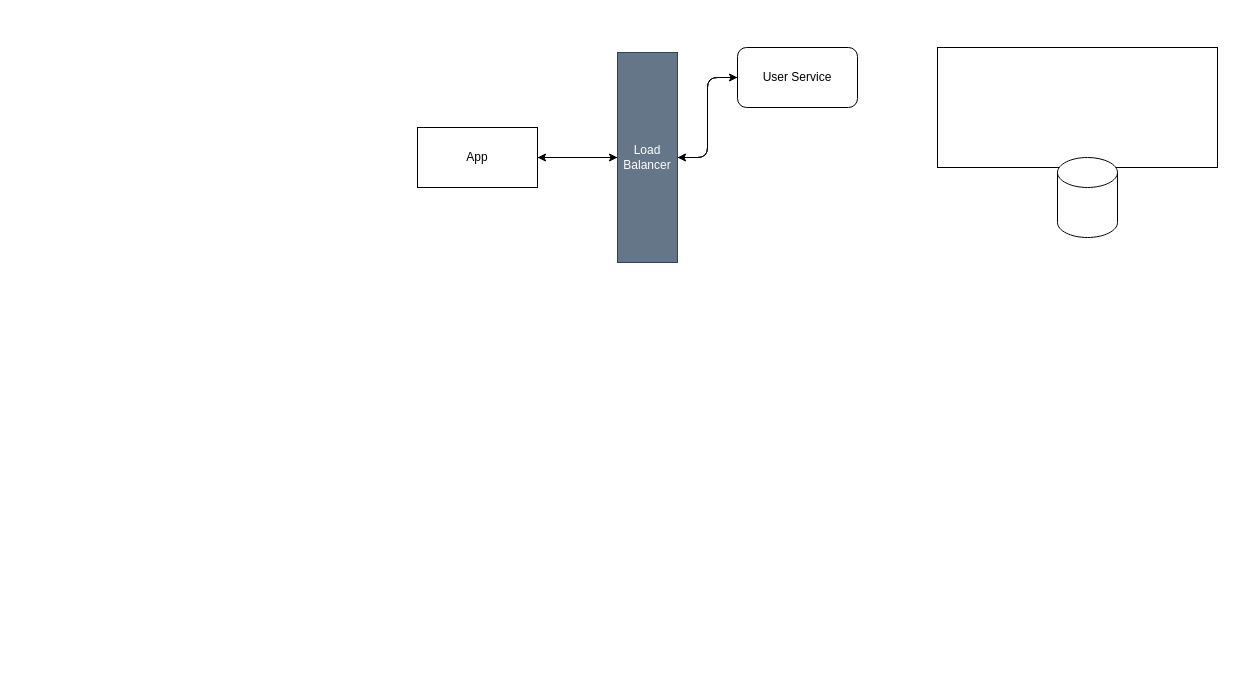
Earlier version of the draw.io diagram TikTok System Design.drawio (purnendukar/MySystemDesigns). Source tidied: cells renumbered, new cells numbered last; positions are measured from the earlier drawing's top-left corner, leaving out a move shared by most shapes. Both pictures are drawn from the tidied source at 100%, with x=0, y=0 at pixel (417, 47).
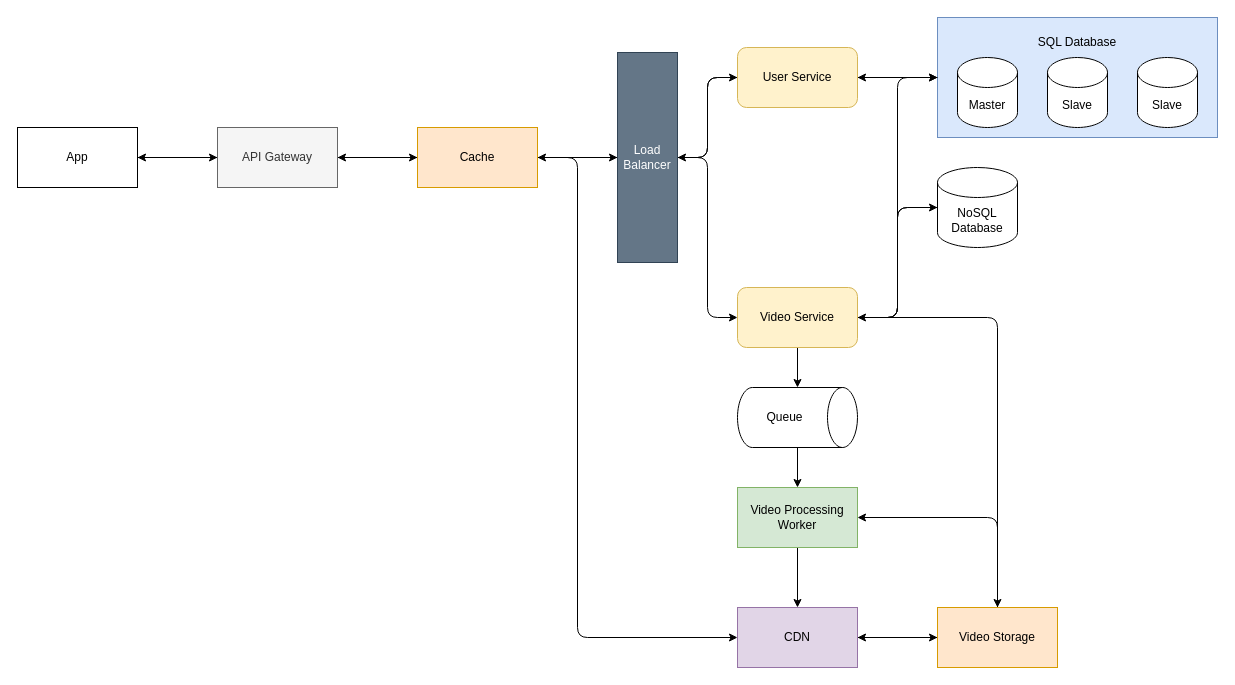
Above is the later version.

Unchanged cells that the change refers to:
```xml
<mxCell id="6" value="Load&lt;br&gt;Balancer" style="rounded=0;whiteSpace=wrap;html=1;fillColor=#647687;strokeColor=#314354;fontColor=#ffffff;" parent="1" vertex="1">
  <mxGeometry x="200" y="5" width="60" height="210" as="geometry" />
</mxCell>
```

Change to the diagram source:
```diff
@@
-    <mxCell id="2" style="edgeStyle=orthogonalEdgeStyle;rounded=1;jettySize=auto;html=1;" parent="1" edge="1" source="3" target="6">
-      <mxGeometry relative="1" as="geometry" />
-    </mxCell>
+    <mxCell id="11" style="edgeStyle=orthogonalEdgeStyle;rounded=1;jettySize=auto;html=1;" parent="1" edge="1" source="3" target="36">
+      <mxGeometry relative="1" as="geometry" />
+    </mxCell>
+    <mxCell id="12" style="edgeStyle=orthogonalEdgeStyle;rounded=1;jettySize=auto;html=1;" parent="1" edge="1" source="3" target="38">
+      <mxGeometry relative="1" as="geometry" />
+    </mxCell>
-    <mxCell id="3" value="App" style="rounded=0;whiteSpace=wrap;html=1;" parent="1" vertex="1">
-      <mxGeometry y="80" width="120" height="60" as="geometry" />
+    <mxCell id="3" value="API Gateway" style="rounded=0;whiteSpace=wrap;html=1;fillColor=#f5f5f5;fontColor=#333333;strokeColor=#666666;" parent="1" vertex="1">
+      <mxGeometry x="-200" y="80" width="120" height="60" as="geometry" />
     </mxCell>
@@
-    <mxCell id="5" style="edgeStyle=orthogonalEdgeStyle;rounded=1;jettySize=auto;html=1;" parent="1" edge="1" source="6" target="3">
-      <mxGeometry relative="1" as="geometry" />
-    </mxCell>
+    <mxCell id="13" style="edgeStyle=orthogonalEdgeStyle;rounded=1;jettySize=auto;html=1;entryX=0;entryY=0.5;entryDx=0;entryDy=0;" parent="1" edge="1" source="6" target="25">
+      <mxGeometry relative="1" as="geometry" />
+    </mxCell>
+    <mxCell id="14" style="edgeStyle=orthogonalEdgeStyle;rounded=1;jettySize=auto;html=1;" parent="1" edge="1" source="6" target="36">
+      <mxGeometry relative="1" as="geometry" />
+    </mxCell>
@@
+    <mxCell id="15" style="edgeStyle=orthogonalEdgeStyle;rounded=1;jettySize=auto;html=1;entryX=0;entryY=0.5;entryDx=0;entryDy=0;" parent="1" edge="1" source="8" target="9">
+      <mxGeometry relative="1" as="geometry" />
+    </mxCell>
-    <mxCell id="8" value="User Service" style="rounded=1;whiteSpace=wrap;html=1;" parent="1" vertex="1">
+    <mxCell id="8" value="User Service" style="rounded=1;whiteSpace=wrap;html=1;fillColor=#fff2cc;strokeColor=#d6b656;" parent="1" vertex="1">
       <mxGeometry x="320" width="120" height="60" as="geometry" />
     </mxCell>
+    <mxCell id="16" style="group;" parent="1" vertex="1">
+      <mxGeometry x="520" y="-30" width="280" height="120" as="geometry" />
+    </mxCell>
-    <mxCell id="9" style="rounded=0;whiteSpace=wrap;html=1;" parent="1" vertex="1">
-      <mxGeometry x="520" width="280" height="120" as="geometry" />
+    <mxCell id="9" style="rounded=0;whiteSpace=wrap;html=1;fillColor=#dae8fc;strokeColor=#6c8ebf;" parent="16" vertex="1">
+      <mxGeometry width="280" height="120" as="geometry" />
     </mxCell>
-    <mxCell id="10" style="shape=cylinder3;whiteSpace=wrap;html=1;boundedLbl=1;backgroundOutline=1;size=15;" parent="1" vertex="1">
-      <mxGeometry x="640" y="110" width="60" height="80" as="geometry" />
+    <mxCell id="10" value="Master" style="shape=cylinder3;whiteSpace=wrap;html=1;boundedLbl=1;backgroundOutline=1;size=15;" parent="16" vertex="1">
+      <mxGeometry x="20" y="40" width="60" height="70" as="geometry" />
     </mxCell>
+    <mxCell id="17" value="Slave" style="shape=cylinder3;whiteSpace=wrap;html=1;boundedLbl=1;backgroundOutline=1;size=15;" parent="16" vertex="1">
+      <mxGeometry x="110" y="40" width="60" height="70" as="geometry" />
+    </mxCell>
+    <mxCell id="18" value="Slave" style="shape=cylinder3;whiteSpace=wrap;html=1;boundedLbl=1;backgroundOutline=1;size=15;" parent="16" vertex="1">
+      <mxGeometry x="200" y="40" width="60" height="70" as="geometry" />
+    </mxCell>
+    <mxCell id="19" value="SQL Database" style="text;html=1;strokeColor=none;fillColor=none;align=center;verticalAlign=middle;whiteSpace=wrap;rounded=0;" parent="16" vertex="1">
+      <mxGeometry x="65" y="10" width="150" height="30" as="geometry" />
+    </mxCell>
+    <mxCell id="20" style="edgeStyle=orthogonalEdgeStyle;rounded=1;jettySize=auto;html=1;" parent="1" edge="1" source="9" target="8">
+      <mxGeometry relative="1" as="geometry" />
+    </mxCell>
+    <mxCell id="21" style="edgeStyle=orthogonalEdgeStyle;rounded=1;jettySize=auto;html=1;entryX=0;entryY=0.5;entryDx=0;entryDy=0;entryPerimeter=0;" parent="1" edge="1" source="25" target="27">
+      <mxGeometry relative="1" as="geometry" />
+    </mxCell>
+    <mxCell id="22" style="edgeStyle=orthogonalEdgeStyle;rounded=1;jettySize=auto;html=1;entryX=0;entryY=0.5;entryDx=0;entryDy=0;" parent="1" edge="1" source="25" target="9">
+      <mxGeometry relative="1" as="geometry" />
+    </mxCell>
+    <mxCell id="23" style="edgeStyle=orthogonalEdgeStyle;rounded=1;jettySize=auto;html=1;" parent="1" edge="1" source="25" target="32">
+      <mxGeometry relative="1" as="geometry" />
+    </mxCell>
+    <mxCell id="24" style="edgeStyle=orthogonalEdgeStyle;rounded=1;jettySize=auto;html=1;entryX=0;entryY=0.5;entryDx=0;entryDy=0;entryPerimeter=0;" parent="1" edge="1" source="25" target="40">
+      <mxGeometry relative="1" as="geometry" />
+    </mxCell>
+    <mxCell id="25" value="Video Service" style="rounded=1;whiteSpace=wrap;html=1;fillColor=#fff2cc;strokeColor=#d6b656;" parent="1" vertex="1">
+      <mxGeometry x="320" y="240" width="120" height="60" as="geometry" />
+    </mxCell>
+    <mxCell id="26" style="edgeStyle=orthogonalEdgeStyle;rounded=1;jettySize=auto;html=1;entryX=1;entryY=0.5;entryDx=0;entryDy=0;" parent="1" edge="1" source="27" target="25">
+      <mxGeometry relative="1" as="geometry" />
+    </mxCell>
+    <mxCell id="27" value="NoSQL Database" style="shape=cylinder3;whiteSpace=wrap;html=1;boundedLbl=1;backgroundOutline=1;size=15;" parent="1" vertex="1">
+      <mxGeometry x="520" y="120" width="80" height="80" as="geometry" />
+    </mxCell>
+    <mxCell id="28" style="edgeStyle=orthogonalEdgeStyle;rounded=1;jettySize=auto;html=1;entryX=0;entryY=0.5;entryDx=0;entryDy=0;" parent="1" edge="1" source="29" target="32">
+      <mxGeometry relative="1" as="geometry" />
+    </mxCell>
+    <mxCell id="29" value="CDN" style="rounded=0;whiteSpace=wrap;html=1;fillColor=#e1d5e7;strokeColor=#9673a6;" parent="1" vertex="1">
+      <mxGeometry x="320" y="560" width="120" height="60" as="geometry" />
+    </mxCell>
+    <mxCell id="30" style="edgeStyle=orthogonalEdgeStyle;rounded=1;jettySize=auto;html=1;" parent="1" edge="1" source="32" target="29">
+      <mxGeometry relative="1" as="geometry" />
+    </mxCell>
+    <mxCell id="31" style="edgeStyle=orthogonalEdgeStyle;rounded=1;jettySize=auto;html=1;entryX=1;entryY=0.5;entryDx=0;entryDy=0;" parent="1" edge="1" source="32" target="42">
+      <mxGeometry relative="1" as="geometry">
+        <Array as="points">
+          <mxPoint x="580" y="470" />
+        </Array>
+      </mxGeometry>
+    </mxCell>
+    <mxCell id="32" value="Video Storage" style="rounded=0;whiteSpace=wrap;html=1;fillColor=#ffe6cc;strokeColor=#d79b00;" parent="1" vertex="1">
+      <mxGeometry x="520" y="560" width="120" height="60" as="geometry" />
+    </mxCell>
+    <mxCell id="33" style="edgeStyle=orthogonalEdgeStyle;rounded=1;jettySize=auto;html=1;" parent="1" edge="1" source="36" target="6">
+      <mxGeometry relative="1" as="geometry" />
+    </mxCell>
+    <mxCell id="34" style="edgeStyle=orthogonalEdgeStyle;rounded=1;jettySize=auto;html=1;entryX=0;entryY=0.5;entryDx=0;entryDy=0;" parent="1" edge="1" source="36" target="29">
+      <mxGeometry relative="1" as="geometry">
+        <Array as="points">
+          <mxPoint x="160" y="110" />
+          <mxPoint x="160" y="590" />
+        </Array>
+      </mxGeometry>
+    </mxCell>
+    <mxCell id="35" style="edgeStyle=orthogonalEdgeStyle;rounded=1;jettySize=auto;html=1;entryX=1;entryY=0.5;entryDx=0;entryDy=0;" parent="1" edge="1" source="36" target="3">
+      <mxGeometry relative="1" as="geometry" />
+    </mxCell>
+    <mxCell id="36" value="Cache" style="rounded=0;whiteSpace=wrap;html=1;fillColor=#ffe6cc;strokeColor=#d79b00;" parent="1" vertex="1">
+      <mxGeometry y="80" width="120" height="60" as="geometry" />
+    </mxCell>
+    <mxCell id="37" style="edgeStyle=orthogonalEdgeStyle;rounded=1;jettySize=auto;html=1;entryX=0;entryY=0.5;entryDx=0;entryDy=0;" parent="1" edge="1" source="38" target="3">
+      <mxGeometry relative="1" as="geometry" />
+    </mxCell>
+    <mxCell id="38" value="App" style="rounded=0;whiteSpace=wrap;html=1;" parent="1" vertex="1">
+      <mxGeometry x="-400" y="80" width="120" height="60" as="geometry" />
+    </mxCell>
+    <mxCell id="39" style="edgeStyle=orthogonalEdgeStyle;rounded=1;jettySize=auto;html=1;" parent="1" edge="1" source="40" target="42">
+      <mxGeometry relative="1" as="geometry" />
+    </mxCell>
+    <mxCell id="40" value="Queue" style="shape=cylinder3;whiteSpace=wrap;html=1;boundedLbl=1;backgroundOutline=1;size=15;direction=south;" parent="1" vertex="1">
+      <mxGeometry x="320" y="340" width="120" height="60" as="geometry" />
+    </mxCell>
+    <mxCell id="41" style="edgeStyle=orthogonalEdgeStyle;rounded=1;jettySize=auto;html=1;" parent="1" edge="1" source="42" target="29">
+      <mxGeometry relative="1" as="geometry" />
+    </mxCell>
+    <mxCell id="42" value="Video Processing Worker" style="rounded=0;whiteSpace=wrap;html=1;fillColor=#d5e8d4;strokeColor=#82b366;" parent="1" vertex="1">
+      <mxGeometry x="320" y="440" width="120" height="60" as="geometry" />
+    </mxCell>
```
